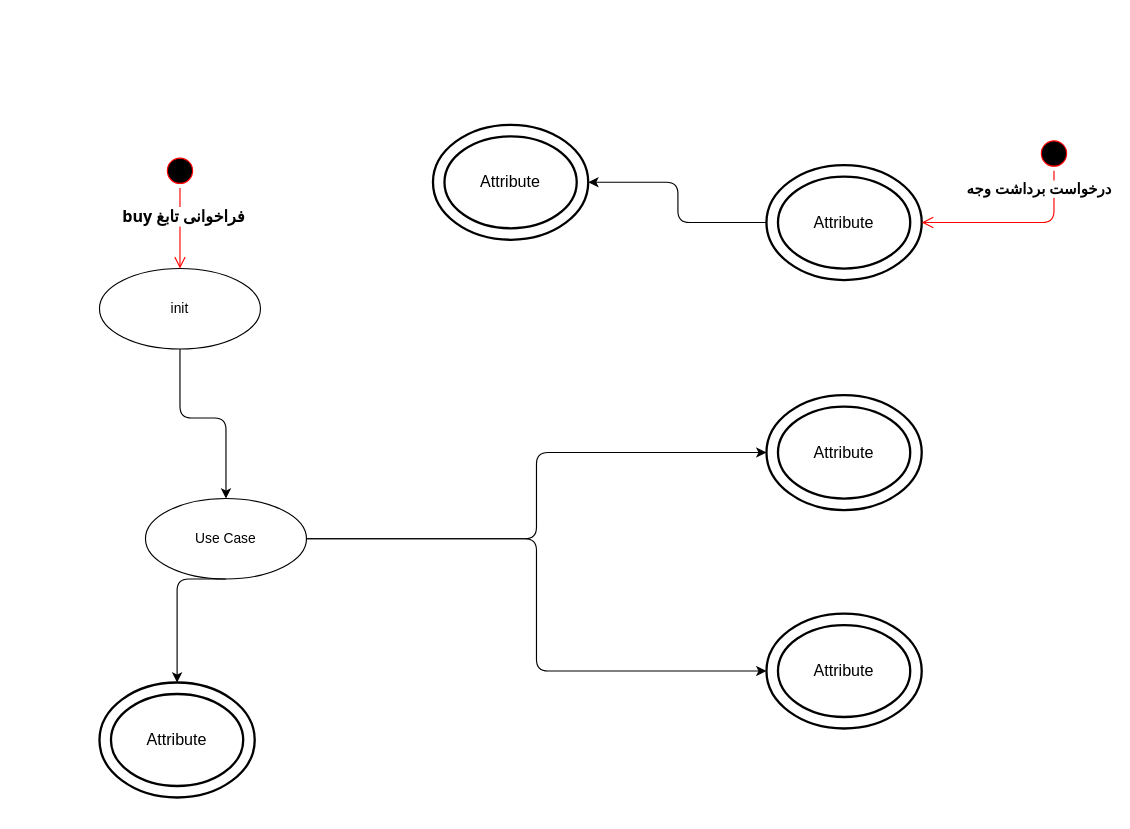
Before: Untitled Diagram.drawio in mojtabahm/diagram, a draw.io diagram. Source tidied: cells renumbered, new cells numbered last; positions are measured from the earlier drawing's top-left corner, leaving out a move shared by most shapes. Both pictures are drawn from the tidied source at 115%, with x=0, y=0 at pixel (99, 124).
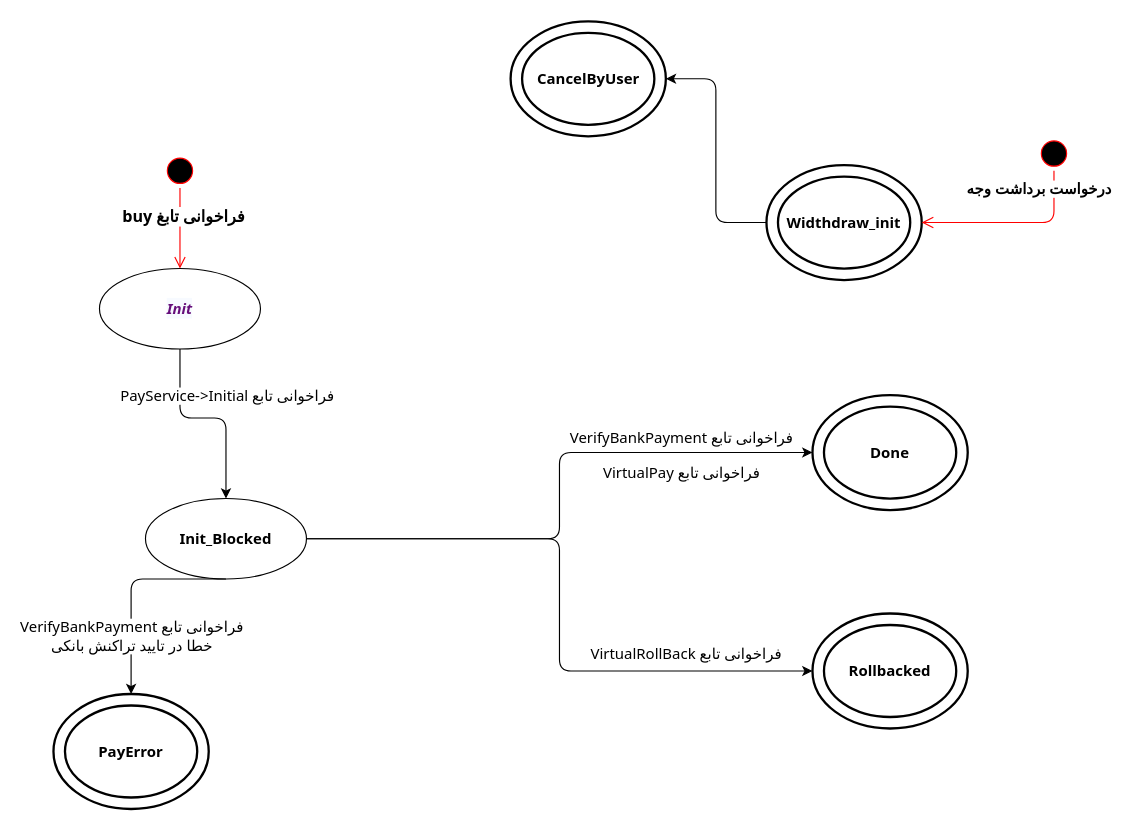
Above is the later version.

Unchanged cells that the change refers to:
```xml
<mxCell id="12" style="edgeStyle=segmentEdgeStyle;endArrow=classic;html=1;fontFamily=Tahoma;exitX=0.5;exitY=1;exitDx=0;exitDy=0;entryX=0.5;entryY=0;entryDx=0;entryDy=0;" parent="1" edge="1" source="2" target="6">
  <mxGeometry relative="1" as="geometry">
    <Array as="points">
      <mxPoint x="70" y="255" />
      <mxPoint x="110" y="255" />
    </Array>
  </mxGeometry>
</mxCell>
<mxCell id="13" style="edgeStyle=segmentEdgeStyle;endArrow=classic;html=1;fontFamily=Tahoma;exitX=0.5;exitY=1;exitDx=0;exitDy=0;entryX=0.5;entryY=0;entryDx=0;entryDy=0;" parent="1" edge="1" source="6" target="7">
  <mxGeometry relative="1" as="geometry" />
</mxCell>
<mxCell id="14" style="edgeStyle=elbowEdgeStyle;elbow=horizontal;endArrow=classic;html=1;fontFamily=Tahoma;exitX=1;exitY=0.5;exitDx=0;exitDy=0;entryX=0;entryY=0.5;entryDx=0;entryDy=0;" parent="1" edge="1" source="6" target="8">
  <mxGeometry relative="1" as="geometry" />
</mxCell>
<mxCell id="15" style="edgeStyle=elbowEdgeStyle;elbow=horizontal;endArrow=classic;html=1;fontFamily=Tahoma;exitX=1;exitY=0.5;exitDx=0;exitDy=0;entryX=0;entryY=0.5;entryDx=0;entryDy=0;" parent="1" edge="1" source="6" target="9">
  <mxGeometry relative="1" as="geometry" />
</mxCell>
```

The edit, as a diff of the source:
```diff
@@
-    <mxCell id="2" value="init" style="ellipse;whiteSpace=wrap;html=1;" parent="1" vertex="1">
+    <mxCell id="2" value="&lt;div style=&quot;background-color: rgb(255, 255, 255); color: rgb(0, 0, 0); font-size: 13px;&quot;&gt;&lt;span style=&quot;color: rgb(102, 14, 122); background-color: rgb(247, 250, 255); font-style: italic; font-size: 13px;&quot;&gt;Init&lt;/span&gt;&lt;/div&gt;" style="ellipse;whiteSpace=wrap;html=1;fontFamily=Tahoma;fontSize=13;fontStyle=1;" parent="1" vertex="1">
       <mxGeometry y="125" width="140" height="70" as="geometry" />
     </mxCell>
@@
-    <mxCell id="6" value="Use Case" style="ellipse;whiteSpace=wrap;html=1;" parent="1" vertex="1">
+    <mxCell id="6" value="Init_Blocked" style="ellipse;whiteSpace=wrap;html=1;fontFamily=Tahoma;fontSize=13;fontStyle=1;" parent="1" vertex="1">
       <mxGeometry x="40" y="325" width="140" height="70" as="geometry" />
     </mxCell>
-    <mxCell id="7" value="Attribute" style="ellipse;shape=doubleEllipse;margin=10;strokeWidth=2;fontSize=14;whiteSpace=wrap;html=1;align=center;" parent="1" vertex="1">
-      <mxGeometry y="485" width="135" height="100" as="geometry" />
+    <mxCell id="7" value="PayError" style="ellipse;shape=doubleEllipse;margin=10;strokeWidth=2;fontSize=13;whiteSpace=wrap;html=1;align=center;fontFamily=Tahoma;fontStyle=1;" parent="1" vertex="1">
+      <mxGeometry x="-40" y="495" width="135" height="100" as="geometry" />
     </mxCell>
-    <mxCell id="8" value="Attribute" style="ellipse;shape=doubleEllipse;margin=10;strokeWidth=2;fontSize=14;whiteSpace=wrap;html=1;align=center;" parent="1" vertex="1">
-      <mxGeometry x="580" y="425" width="135" height="100" as="geometry" />
+    <mxCell id="8" value="Rollbacked" style="ellipse;shape=doubleEllipse;margin=10;strokeWidth=2;fontSize=13;whiteSpace=wrap;html=1;align=center;fontFamily=Tahoma;fontStyle=1;" parent="1" vertex="1">
+      <mxGeometry x="620" y="425" width="135" height="100" as="geometry" />
     </mxCell>
-    <mxCell id="9" value="Attribute" style="ellipse;shape=doubleEllipse;margin=10;strokeWidth=2;fontSize=14;whiteSpace=wrap;html=1;align=center;" parent="1" vertex="1">
-      <mxGeometry x="580" y="235" width="135" height="100" as="geometry" />
+    <mxCell id="9" value="Done" style="ellipse;shape=doubleEllipse;margin=10;strokeWidth=2;fontSize=13;whiteSpace=wrap;html=1;align=center;fontFamily=Tahoma;fontStyle=1;" parent="1" vertex="1">
+      <mxGeometry x="620" y="235" width="135" height="100" as="geometry" />
     </mxCell>
-    <mxCell id="10" value="Attribute" style="ellipse;shape=doubleEllipse;margin=10;strokeWidth=2;fontSize=14;whiteSpace=wrap;html=1;align=center;" parent="1" vertex="1">
+    <mxCell id="10" value="Widthdraw_init" style="ellipse;shape=doubleEllipse;margin=10;strokeWidth=2;fontSize=13;whiteSpace=wrap;html=1;align=center;fontFamily=Tahoma;fontStyle=1;" parent="1" vertex="1">
       <mxGeometry x="580" y="35" width="135" height="100" as="geometry" />
     </mxCell>
-    <mxCell id="11" value="Attribute" style="ellipse;shape=doubleEllipse;margin=10;strokeWidth=2;fontSize=14;whiteSpace=wrap;html=1;align=center;" parent="1" vertex="1">
-      <mxGeometry x="290" width="135" height="100" as="geometry" />
+    <mxCell id="11" value="CancelByUser" style="ellipse;shape=doubleEllipse;margin=10;strokeWidth=2;fontSize=13;whiteSpace=wrap;html=1;align=center;fontFamily=Tahoma;fontStyle=1;" parent="1" vertex="1">
+      <mxGeometry x="357.5" y="-90" width="135" height="100" as="geometry" />
     </mxCell>
@@
+    <mxCell id="20" value="PayService-&amp;gt;Initial فراخوانی تابع" style="text;html=1;align=center;verticalAlign=middle;labelBackgroundColor=#ffffff;fontSize=13;fontFamily=Tahoma;" parent="12" vertex="1">
+      <mxGeometry x="0.29" y="2" relative="1" as="geometry">
+        <mxPoint x="-2" y="-30" as="offset" />
+      </mxGeometry>
+    </mxCell>
@@
+    <mxCell id="21" value="&lt;div&gt;VerifyBankPayment فراخوانی تابع&lt;/div&gt;&lt;div align=&quot;center&quot;&gt;خطا در تایید تراکنش بانکی&lt;br&gt;&lt;/div&gt;" style="text;html=1;align=center;verticalAlign=middle;labelBackgroundColor=#ffffff;fontSize=13;fontFamily=Tahoma;" parent="13" vertex="1">
+      <mxGeometry x="0.09" y="1" relative="1" as="geometry">
+        <mxPoint x="-1.5" y="33" as="offset" />
+      </mxGeometry>
+    </mxCell>
@@
+    <mxCell id="22" value="&lt;div&gt;VirtualRollBack فراخوانی تابع&lt;/div&gt;&lt;div&gt;&lt;br&gt;&lt;/div&gt;&lt;div&gt;&lt;br&gt;&lt;/div&gt;" style="text;html=1;align=center;verticalAlign=middle;labelBackgroundColor=none;fontSize=13;fontFamily=Tahoma;" parent="14" vertex="1">
+      <mxGeometry x="0.44" y="2" relative="1" as="geometry">
+        <mxPoint x="44" y="2" as="offset" />
+      </mxGeometry>
+    </mxCell>
@@
+    <mxCell id="23" value="VerifyBankPayment فراخوانی تابع&lt;br&gt;&lt;div&gt;&lt;br&gt;&lt;/div&gt;&lt;div&gt;VirtualPay فراخوانی تابع&lt;/div&gt;" style="text;html=1;align=center;verticalAlign=middle;labelBackgroundColor=none;fontSize=13;fontFamily=Tahoma;" parent="15" vertex="1">
+      <mxGeometry x="0.57" relative="1" as="geometry">
+        <mxPoint x="-4" y="2" as="offset" />
+      </mxGeometry>
+    </mxCell>
```
